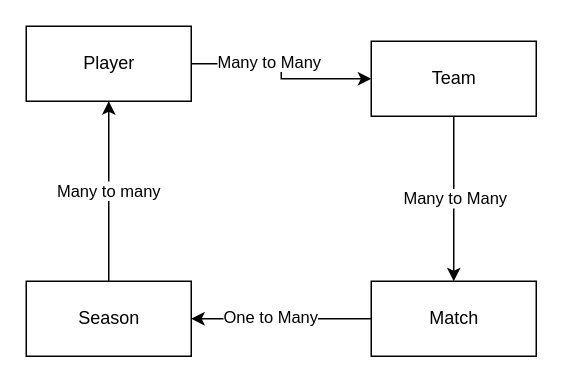
Above: database_plan.drawio in Simon2591990/Leaderboard-app (draw.io), before the change. Source tidied: cells renumbered, new cells numbered last; positions are measured from the earlier drawing's top-left corner, leaving out a move shared by most shapes. Both pictures are drawn from the tidied source at 150%, with x=0, y=0 at pixel (26, 26).
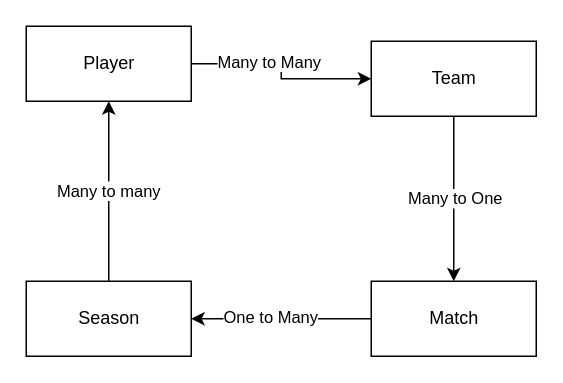
Above is the later version.

Commit message (it also covers changes not shown here):
models showing in database

Change to the diagram source:
```diff
@@
 <mxGraphModel>
   <root>
     <mxCell id="0" />
     <mxCell id="1" parent="0" />
     <mxCell id="2" style="edgeStyle=orthogonalEdgeStyle;rounded=0;jettySize=auto;html=1;" parent="1" edge="1" source="4" target="7">
       <mxGeometry relative="1" as="geometry" />
     </mxCell>
     <mxCell id="3" value="Many to Many" style="edgeLabel;html=1;align=center;verticalAlign=middle;" parent="2" vertex="1">
       <mxGeometry x="-0.21" y="2" relative="1" as="geometry" />
     </mxCell>
     <mxCell id="4" value="Player" style="html=1;" parent="1" vertex="1">
       <mxGeometry width="110" height="50" as="geometry" />
     </mxCell>
     <mxCell id="5" style="edgeStyle=orthogonalEdgeStyle;rounded=0;jettySize=auto;html=1;" parent="1" edge="1" source="7" target="12">
       <mxGeometry relative="1" as="geometry" />
     </mxCell>
-    <mxCell id="6" value="Many to Many" style="edgeLabel;html=1;align=center;verticalAlign=middle;" parent="5" vertex="1">
+    <mxCell id="6" value="Many to One" style="edgeLabel;html=1;align=center;verticalAlign=middle;" parent="5" vertex="1">
       <mxGeometry x="-0.01" relative="1" as="geometry" />
     </mxCell>
     <mxCell id="7" value="Team" style="html=1;" parent="1" vertex="1">
       <mxGeometry x="230" y="10" width="110" height="50" as="geometry" />
     </mxCell>
     <mxCell id="8" value="Many to many" style="edgeStyle=orthogonalEdgeStyle;rounded=0;jettySize=auto;html=1;entryX=0.5;entryY=1;entryDx=0;entryDy=0;" parent="1" edge="1" source="9" target="4">
       <mxGeometry relative="1" as="geometry" />
     </mxCell>
     <mxCell id="9" value="Season" style="html=1;" parent="1" vertex="1">
       <mxGeometry y="170" width="110" height="50" as="geometry" />
     </mxCell>
     <mxCell id="10" style="edgeStyle=orthogonalEdgeStyle;rounded=0;jettySize=auto;html=1;" parent="1" edge="1" source="12" target="9">
       <mxGeometry relative="1" as="geometry" />
     </mxCell>
     <mxCell id="11" value="One to Many" style="edgeLabel;html=1;align=center;verticalAlign=middle;" parent="10" vertex="1">
       <mxGeometry x="0.14" y="-2" relative="1" as="geometry" />
     </mxCell>
     <mxCell id="12" value="Match" style="html=1;" parent="1" vertex="1">
       <mxGeometry x="230" y="170" width="110" height="50" as="geometry" />
     </mxCell>
   </root>
 </mxGraphModel>
```
